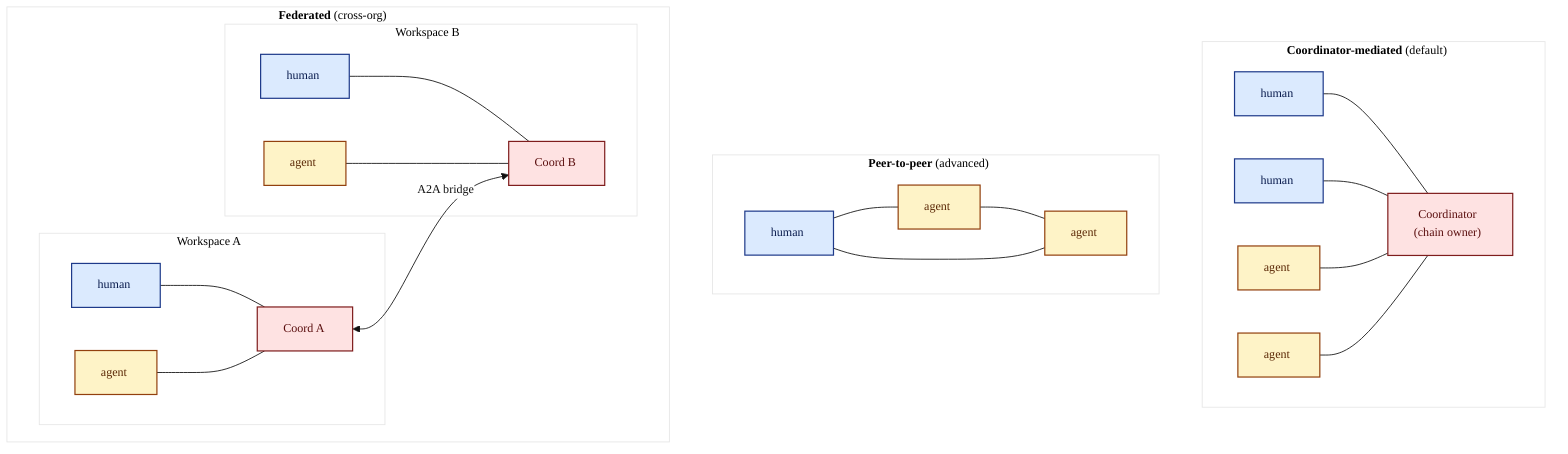
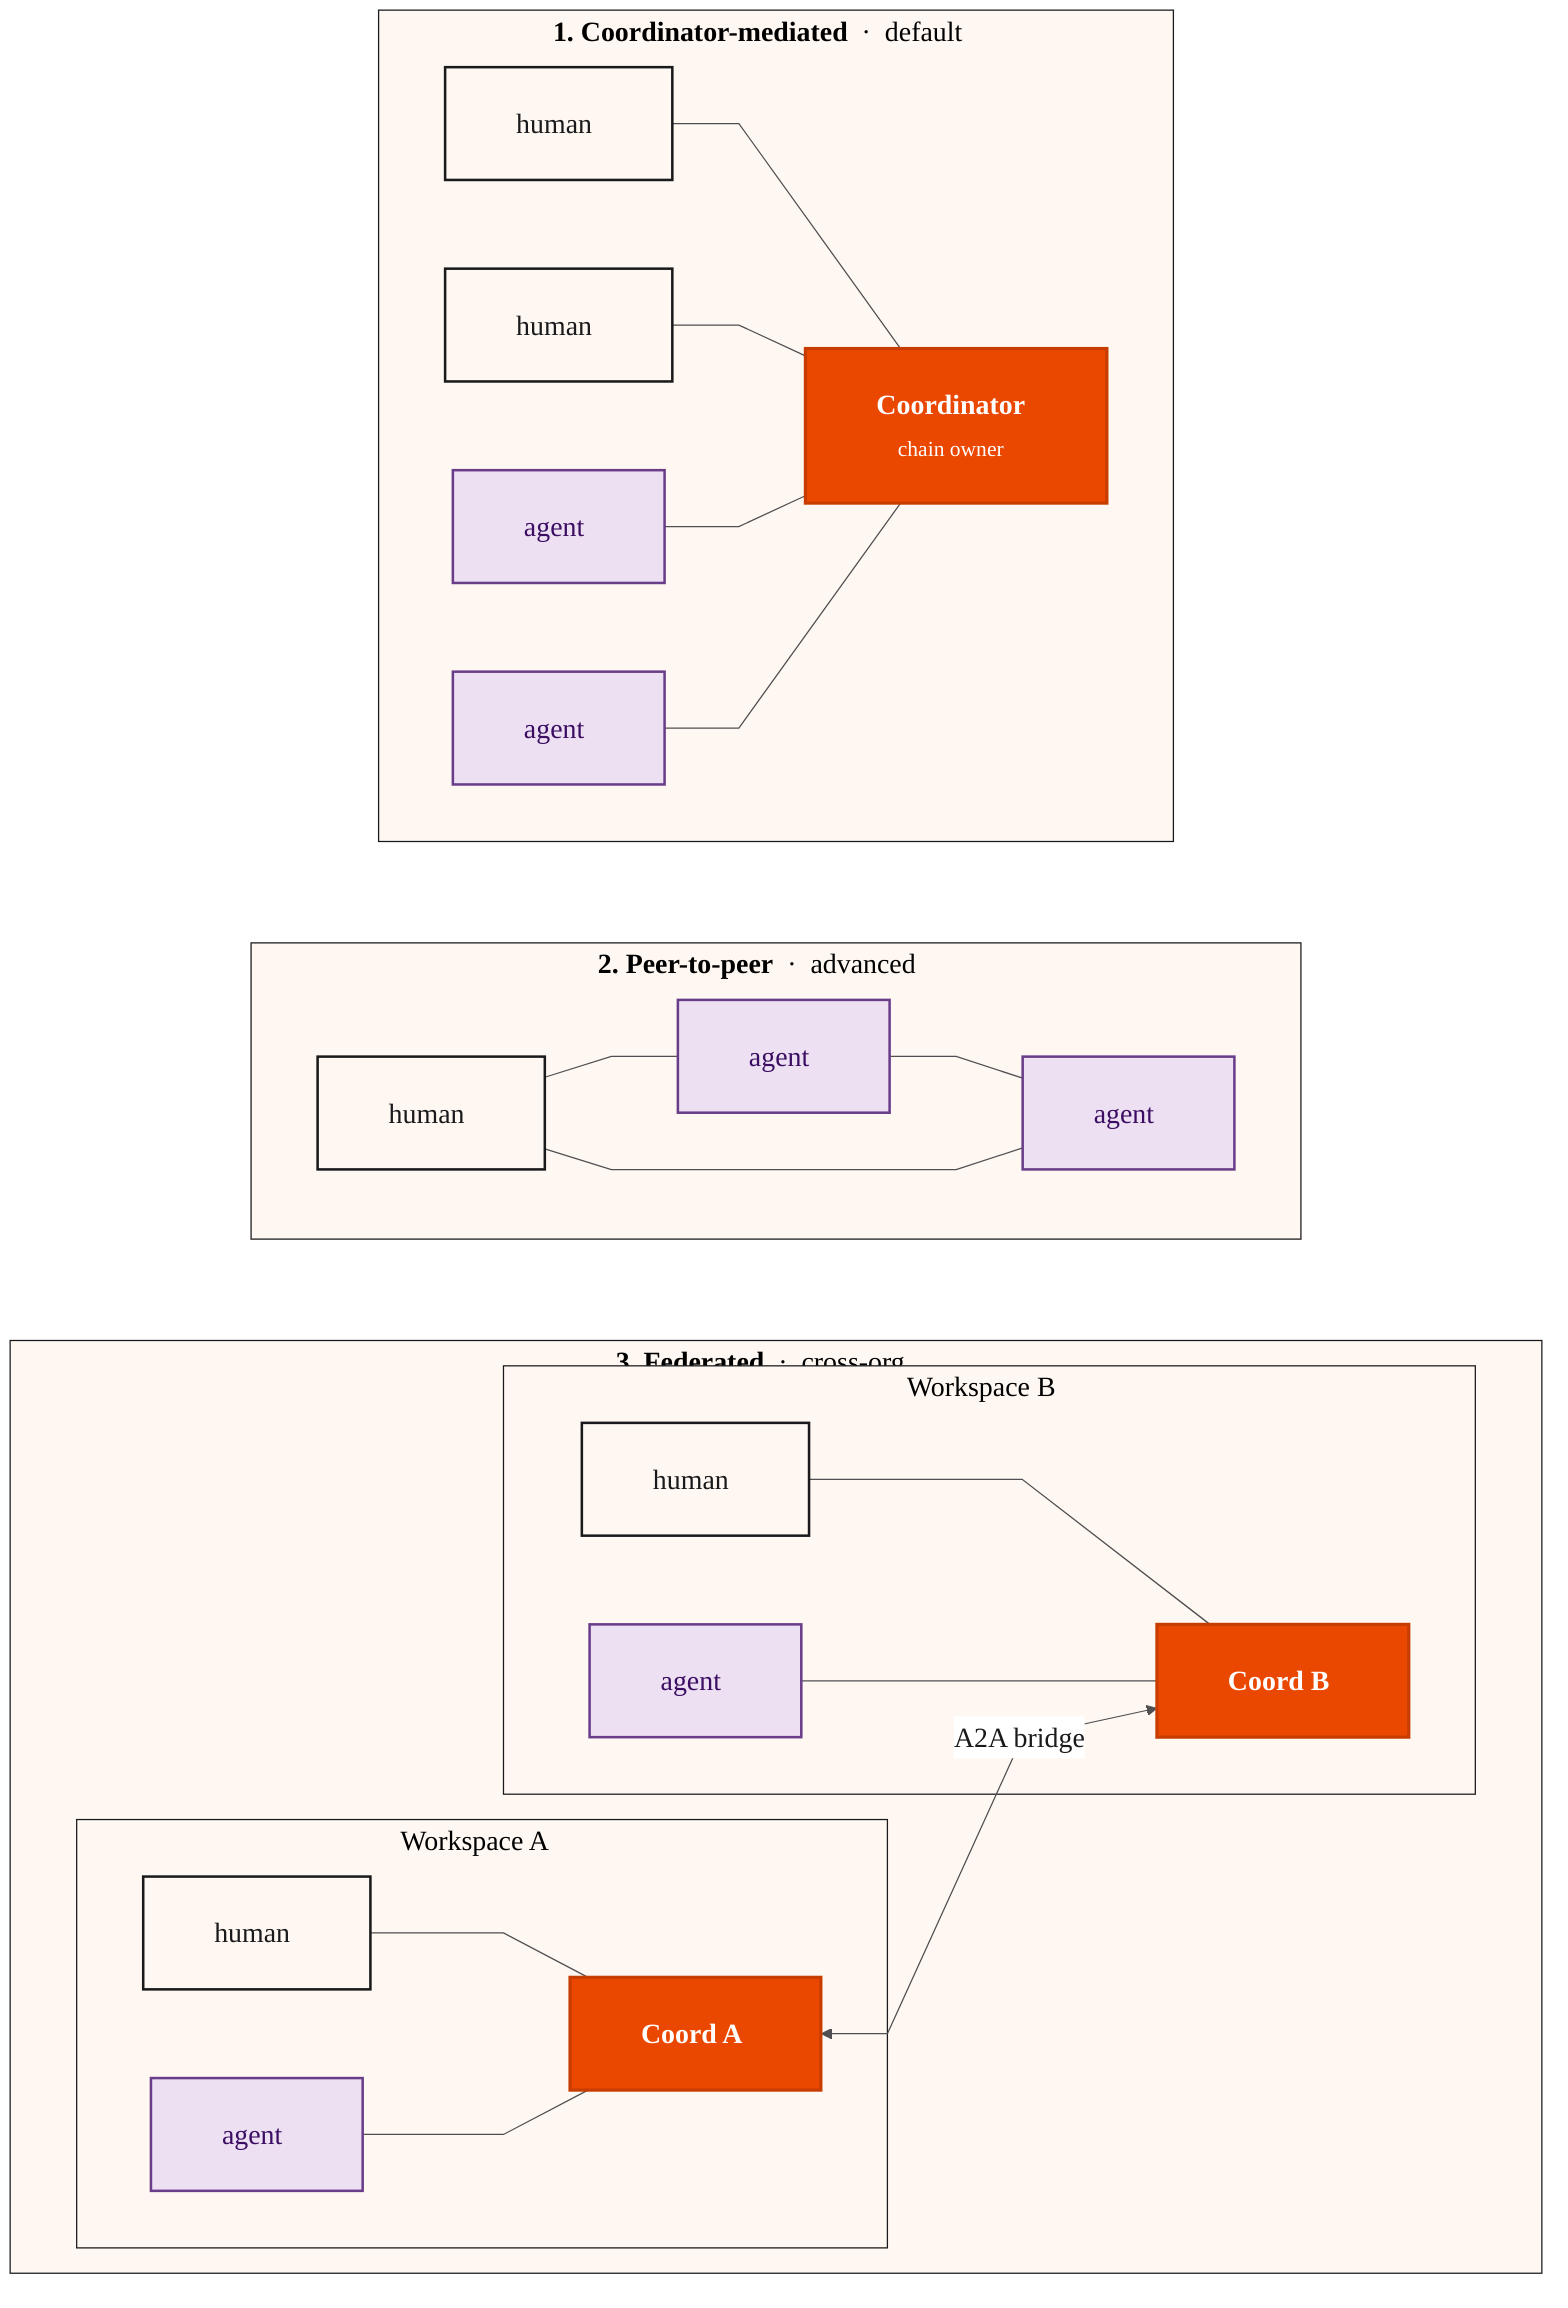
%%{init: {
  "theme": "base",
  "themeVariables": {
-     "fontSize": "14px",
-     "fontFamily": "Helvetica, Arial, sans-serif",
+     "fontSize": "22px",
+     "fontFamily": "Arial, Helvetica, sans-serif",
    "primaryColor": "#ffffff",
-     "primaryTextColor": "#111111",
-     "primaryBorderColor": "#111111",
-     "lineColor": "#111111"
-   }
+     "primaryTextColor": "#1a1a1c",
+     "primaryBorderColor": "#1a1a1c",
+     "lineColor": "#4f4f52",
+     "clusterBkg": "#FFF8F2",
+     "clusterBorder": "#1a1a1c"
+   },
+   "flowchart": { "curve": "linear", "nodeSpacing": 70, "rankSpacing": 80, "padding": 28 }
}}%%
flowchart TB
-     subgraph CM["<b>Coordinator-mediated</b> (default)"]
+     subgraph CM["<b>1. Coordinator-mediated</b> &nbsp;·&nbsp; default"]
      direction LR
      h1["human"]
      h2["human"]
      a1["agent"]
      a2["agent"]
-       cm_c["Coordinator<br/>(chain owner)"]
+       cm_c["<b>Coordinator</b><br/><span style='font-size:17px;color:#ffffff'>chain owner</span>"]
      h1 --- cm_c
      h2 --- cm_c
      a1 --- cm_c
      a2 --- cm_c
    end

-     subgraph P2P["<b>Peer-to-peer</b> (advanced)"]
+     subgraph P2P["<b>2. Peer-to-peer</b> &nbsp;·&nbsp; advanced"]
      direction LR
      ph1["human"]
      ph2["agent"]
      ph3["agent"]
      ph1 --- ph2
      ph2 --- ph3
      ph3 --- ph1
    end

-     subgraph FED["<b>Federated</b> (cross-org)"]
+     subgraph FED["<b>3. Federated</b> &nbsp;·&nbsp; cross-org"]
      direction LR
      subgraph WA["Workspace A"]
        ha["human"]
        aa["agent"]
-         ca["Coord A"]
+         ca["<b>Coord A</b>"]
        ha --- ca
        aa --- ca
      end
      subgraph WB["Workspace B"]
        hb["human"]
        ab["agent"]
-         cb["Coord B"]
+         cb["<b>Coord B</b>"]
        hb --- cb
        ab --- cb
      end
      ca <-->|A2A bridge| cb
    end

-     classDef human fill:#dbeafe,stroke:#1e3a8a,color:#0b1d4f,stroke-width:1.4px;
-     classDef agent fill:#fef3c7,stroke:#92400e,color:#5b2806,stroke-width:1.4px;
-     classDef coord fill:#fee2e2,stroke:#7f1d1d,color:#5a0e0e,stroke-width:1.4px;
+     CM ~~~ P2P
+     P2P ~~~ FED

-     class h1,h2,ph1,ha,hb human;
-     class a1,a2,ph2,ph3,aa,ab agent;
-     class cm_c,ca,cb coord;
+     classDef human fill:#FFF8F2,stroke:#1a1a1c,color:#1a1a1c,stroke-width:2px
+     classDef agent fill:#EDE0F2,stroke:#6a3d8a,color:#3b0e63,stroke-width:2px
+     classDef coord fill:#EA4700,stroke:#C73D00,color:#ffffff,stroke-width:2.5px
+ 
+     class h1,h2,ph1,ha,hb human
+     class a1,a2,ph2,ph3,aa,ab agent
+     class cm_c,ca,cb coord
